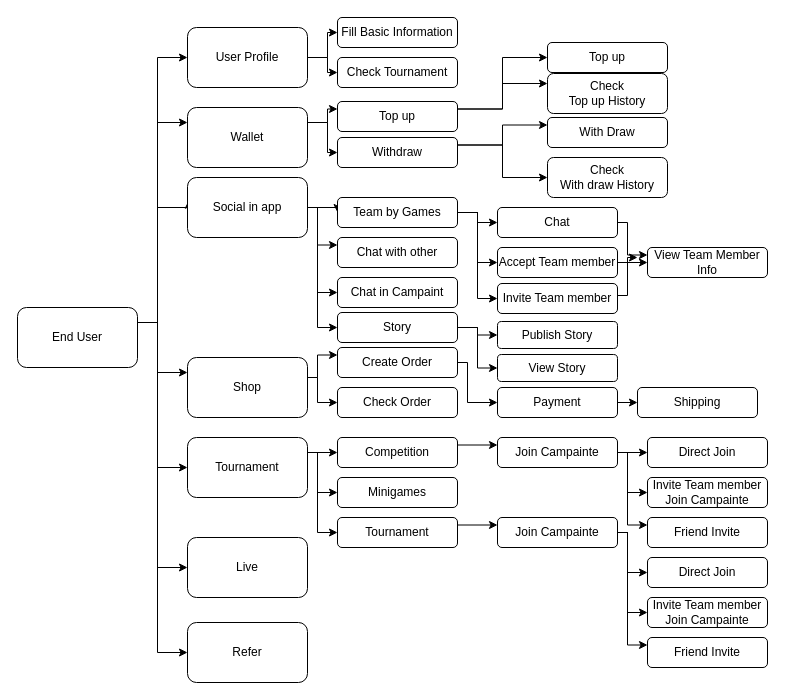
krtechndesign/facejs keeps this draw.io diagram as page "user" (1 of 9) of Untitled Diagram.drawio. Above is the earlier version. Source tidied: cells renumbered, new cells numbered last; positions are measured from the earlier drawing's top-left corner, leaving out a move shared by most shapes. Both pictures are drawn from the tidied source at 100%, with x=0, y=0 at pixel (17, 17).
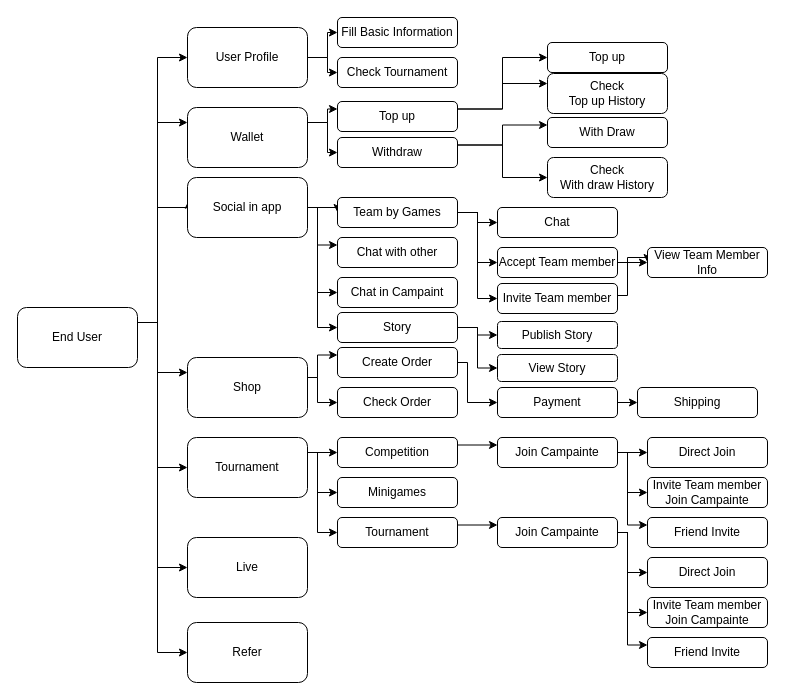
Above is the later version.

The change refers to these unchanged cells:
```xml
<mxCell id="39" value="Chat" style="rounded=1;whiteSpace=wrap;html=1;" parent="1" vertex="1">
  <mxGeometry x="480" y="190" width="120" height="30" as="geometry" />
</mxCell>
<mxCell id="43" value="Invite Team member" style="rounded=1;whiteSpace=wrap;html=1;" parent="1" vertex="1">
  <mxGeometry x="480" y="266" width="120" height="30" as="geometry" />
</mxCell>
<mxCell id="56" value="View Team Member Info" style="rounded=1;whiteSpace=wrap;html=1;" parent="1" vertex="1">
  <mxGeometry x="630" y="230" width="120" height="30" as="geometry" />
</mxCell>
```

The edit, as a diff of the source:
```diff
@@
-    <mxCell id="38" style="edgeStyle=orthogonalEdgeStyle;rounded=0;jettySize=auto;html=1;exitX=1;exitY=0.5;exitDx=0;exitDy=0;entryX=0;entryY=0.25;entryDx=0;entryDy=0;" parent="1" edge="1" source="39" target="56">
-      <mxGeometry relative="1" as="geometry">
-        <Array as="points">
-          <mxPoint x="610" y="205" />
-          <mxPoint x="610" y="238" />
-        </Array>
-      </mxGeometry>
-    </mxCell>
@@
-    <mxCell id="42" style="edgeStyle=orthogonalEdgeStyle;rounded=0;jettySize=auto;html=1;exitX=1;exitY=0.25;exitDx=0;exitDy=0;" parent="1" edge="1" source="43">
+    <mxCell id="42" style="edgeStyle=orthogonalEdgeStyle;rounded=0;jettySize=auto;html=1;exitX=1;exitY=0.25;exitDx=0;exitDy=0;entryX=0;entryY=0.5;entryDx=0;entryDy=0;" parent="1" edge="1" source="43" target="56">
       <mxGeometry relative="1" as="geometry">
-        <mxPoint x="620" y="240" as="targetPoint" />
         <Array as="points">
+          <mxPoint x="600" y="278" />
           <mxPoint x="610" y="278" />
           <mxPoint x="610" y="240" />
+          <mxPoint x="630" y="240" />
         </Array>
       </mxGeometry>
     </mxCell>
```
